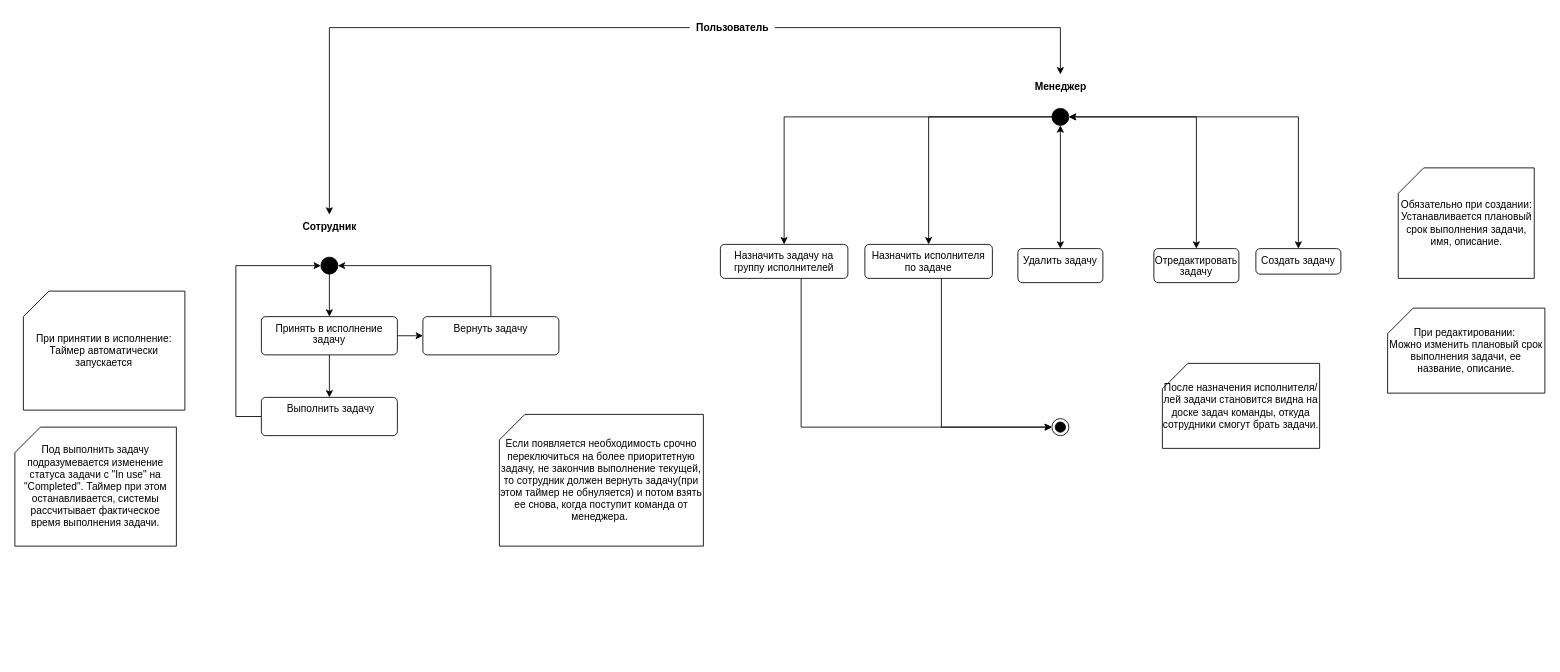
The draw.io diagram StateMachineDia.drawio in hard-gainer/diploma, before the edit. Source tidied: cells renumbered, new cells numbered last; positions are measured from the earlier drawing's top-left corner, leaving out a move shared by most shapes. Both pictures are drawn from the tidied source at 85%, with x=0, y=0 at pixel (14, 14).
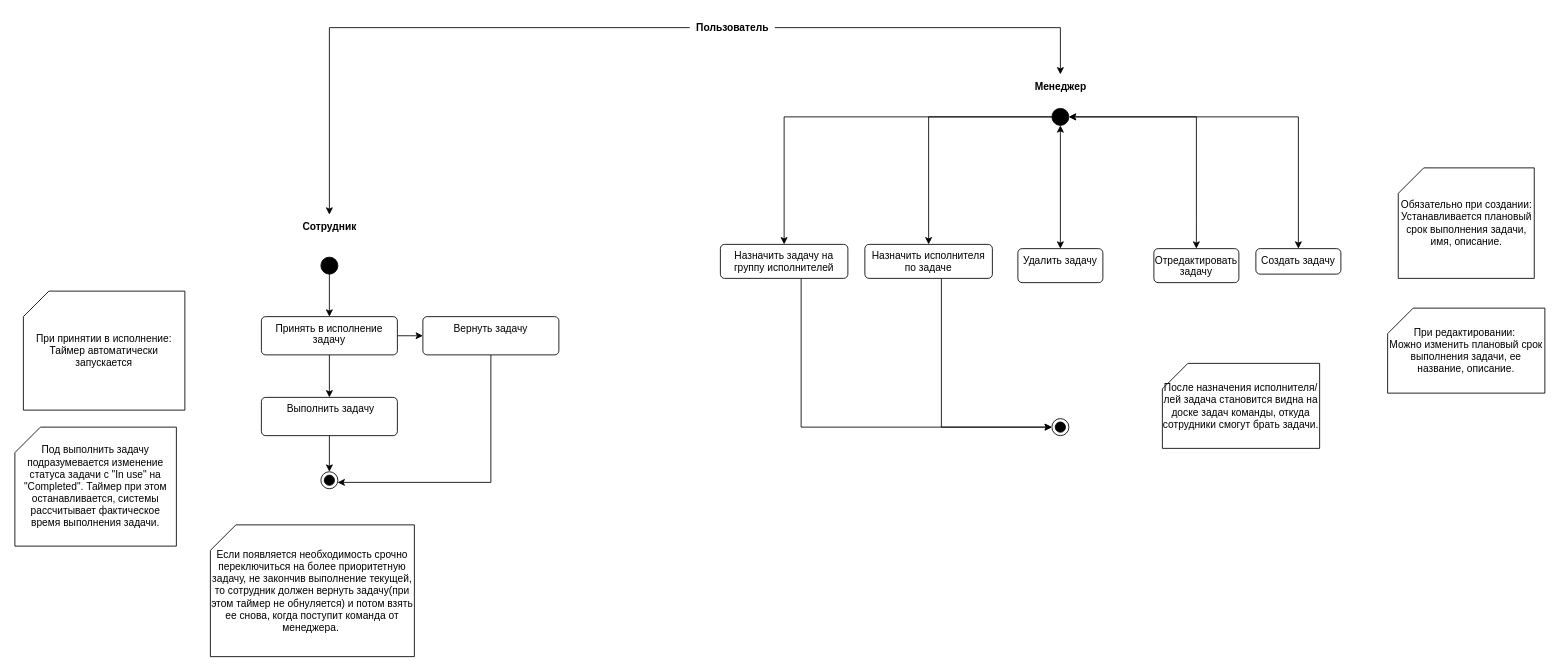
After the change.

The change refers to these unchanged cells:
```xml
<mxCell id="3" style="ellipse;fillColor=strokeColor;html=1;" parent="1" vertex="1">
  <mxGeometry x="360" y="285" width="20" height="20" as="geometry" />
</mxCell>
<mxCell id="24" value="&amp;nbsp;Выполнить задачу" style="html=1;align=center;verticalAlign=top;rounded=1;absoluteArcSize=1;arcSize=10;dashed=0;whiteSpace=wrap;" parent="1" vertex="1">
  <mxGeometry x="290" y="450" width="160" height="45" as="geometry" />
</mxCell>
<mxCell id="29" value="Вернуть задачу" style="html=1;align=center;verticalAlign=top;rounded=1;absoluteArcSize=1;arcSize=10;dashed=0;whiteSpace=wrap;" parent="1" vertex="1">
  <mxGeometry x="480" y="355" width="160" height="45" as="geometry" />
</mxCell>
```

Diff of the diagram source:
```diff
@@
-    <mxCell id="23" style="edgeStyle=orthogonalEdgeStyle;rounded=0;jettySize=auto;html=1;entryX=0;entryY=0.5;entryDx=0;entryDy=0;" parent="1" edge="1" source="24" target="3">
-      <mxGeometry relative="1" as="geometry">
-        <Array as="points">
-          <mxPoint x="260" y="472" />
-          <mxPoint x="260" y="295" />
-        </Array>
-      </mxGeometry>
-    </mxCell>
+    <mxCell id="36" style="edgeStyle=orthogonalEdgeStyle;rounded=0;jettySize=auto;html=1;" parent="1" edge="1" source="24" target="37">
+      <mxGeometry relative="1" as="geometry" />
+    </mxCell>
@@
-    <mxCell id="28" style="edgeStyle=orthogonalEdgeStyle;rounded=0;jettySize=auto;html=1;entryX=1;entryY=0.5;entryDx=0;entryDy=0;" parent="1" edge="1" source="29" target="3">
+    <mxCell id="28" style="edgeStyle=orthogonalEdgeStyle;rounded=0;jettySize=auto;html=1;" parent="1" edge="1" source="29" target="37">
       <mxGeometry relative="1" as="geometry">
         <Array as="points">
-          <mxPoint x="560" y="295" />
+          <mxPoint x="560" y="550" />
         </Array>
       </mxGeometry>
     </mxCell>
@@
     <mxCell id="33" value="Если появляется необходимость срочно переключиться на более приоритетную задачу, не закончив выполнение текущей, то сотрудник должен вернуть задачу(при этом таймер не обнуляется) и потом взять ее снова, когда поступит команда от менеджера.&amp;nbsp;" style="shape=card;whiteSpace=wrap;html=1;" parent="1" vertex="1">
-      <mxGeometry x="570" y="470" width="240" height="155" as="geometry" />
+      <mxGeometry x="230" y="600" width="240" height="155" as="geometry" />
     </mxCell>
@@
-    <mxCell id="35" value="После назначения исполнителя/лей задачи становится видна на доске задач команды, откуда сотрудники смогут брать задачи." style="shape=card;whiteSpace=wrap;html=1;" parent="1" vertex="1">
+    <mxCell id="35" value="После назначения исполнителя/лей задача становится видна на доске задач команды, откуда сотрудники смогут брать задачи." style="shape=card;whiteSpace=wrap;html=1;" parent="1" vertex="1">
       <mxGeometry x="1350" y="410" width="185" height="100" as="geometry" />
     </mxCell>
+    <mxCell id="37" style="ellipse;html=1;shape=endState;fillColor=strokeColor;" parent="1" vertex="1">
+      <mxGeometry x="360" y="537.5" width="20" height="20" as="geometry" />
+    </mxCell>
```
